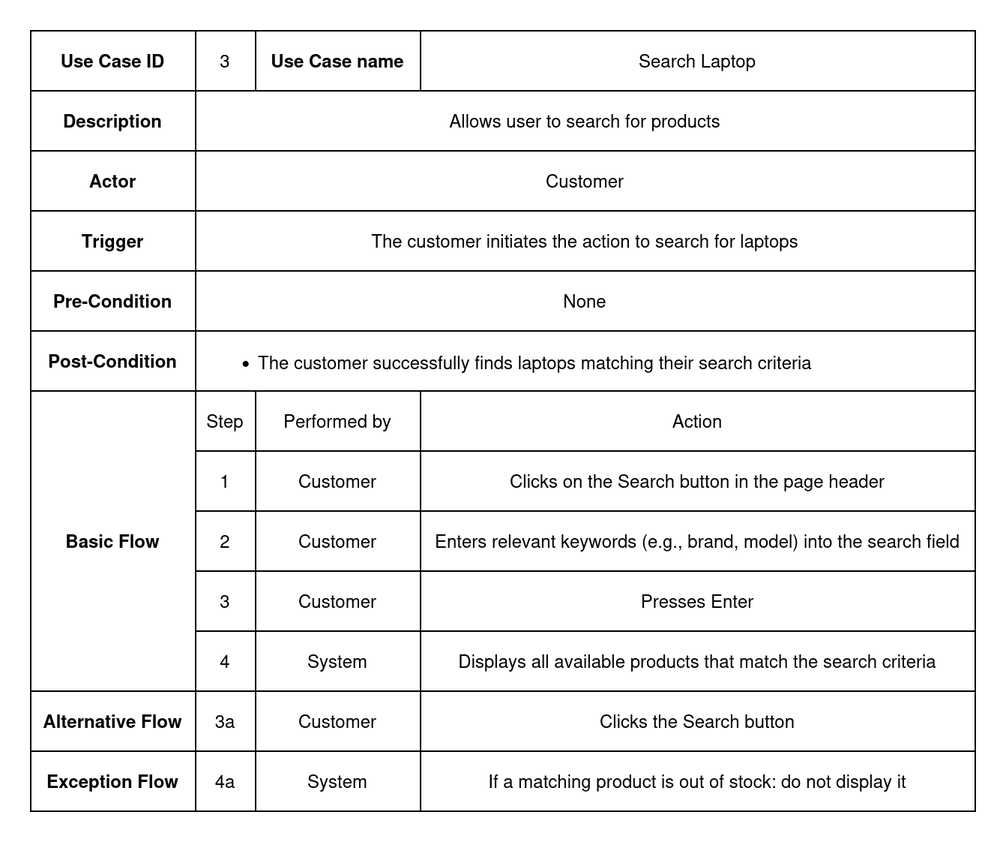
Above: documentation/Images/usecase_metadata_card/uc_3_search_laptop.drawio.png in auphong2707/itse-laptopshop-management-web-application (draw.io), before the change. Source tidied: cells renumbered, new cells last; positions are measured from the earlier drawing's top-left corner, leaving out a move shared by most shapes.
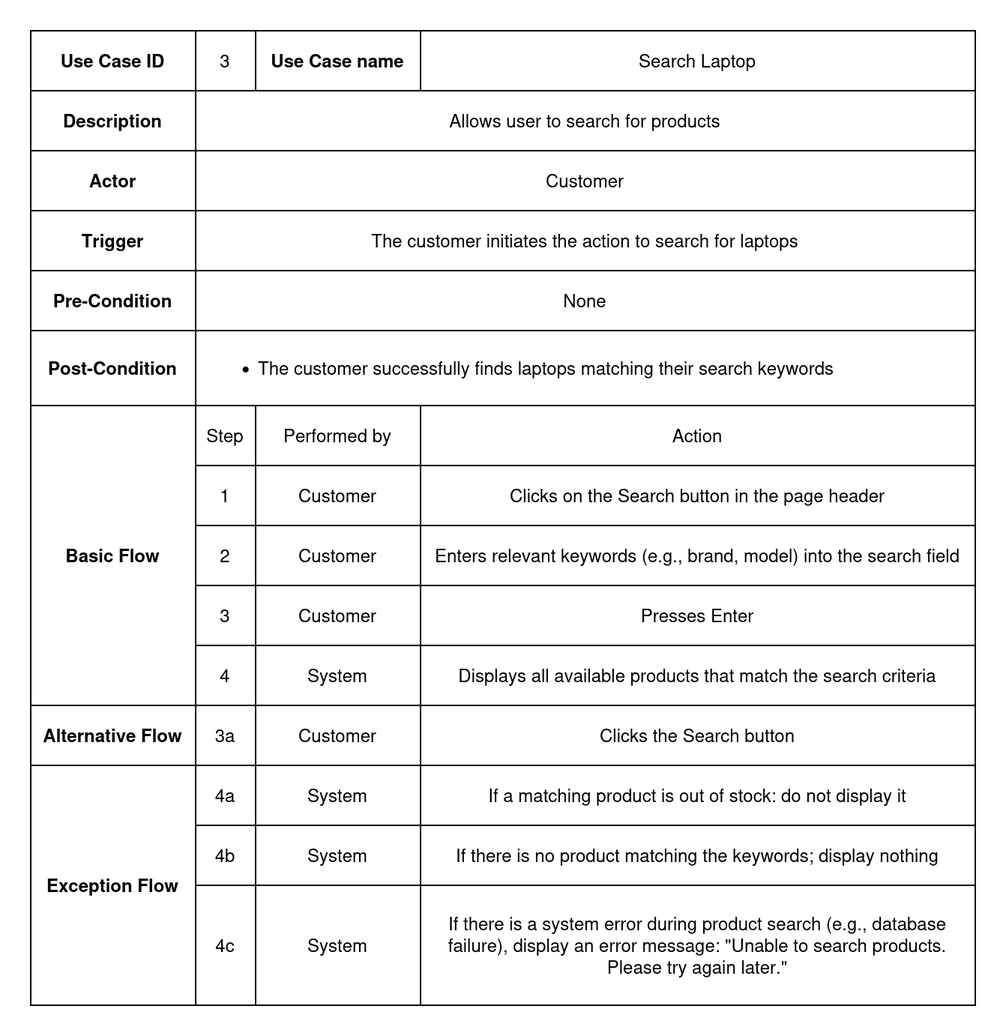
The same diagram one commit later.

The edit, as a diff of the source:
```diff
@@ -3,7 +3,7 @@
     <mxCell id="0" />
     <mxCell id="1" parent="0" />
     <mxCell id="2" style="shape=table;startSize=0;" parent="1" vertex="1">
-      <mxGeometry width="630" height="520" as="geometry" />
+      <mxGeometry width="630" height="650" as="geometry" />
     </mxCell>
     <mxCell id="3" style="shape=tableRow;horizontal=0;startSize=0;swimlaneHead=0;swimlaneBody=0;strokeColor=inherit;top=0;left=0;bottom=0;right=0;fillColor=none;" parent="2" vertex="1">
       <mxGeometry width="630" height="40" as="geometry" />
@@ -57,16 +57,16 @@
       <mxGeometry x="110" width="520" height="40" as="geometry" />
     </mxCell>
     <mxCell id="20" style="shape=tableRow;horizontal=0;startSize=0;swimlaneHead=0;swimlaneBody=0;strokeColor=inherit;top=0;left=0;bottom=0;right=0;fillColor=none;" parent="2" vertex="1">
-      <mxGeometry y="200" width="630" height="40" as="geometry" />
+      <mxGeometry y="200" width="630" height="50" as="geometry" />
     </mxCell>
     <mxCell id="21" value="&lt;b&gt;Post-Condition&lt;/b&gt;" style="shape=partialRectangle;html=1;whiteSpace=wrap;strokeColor=inherit;overflow=hidden;fillColor=none;top=0;left=0;bottom=0;right=0;" parent="20" vertex="1">
-      <mxGeometry width="110" height="40" as="geometry" />
+      <mxGeometry width="110" height="50" as="geometry" />
     </mxCell>
-    <mxCell id="22" value="&lt;div align=&quot;left&quot;&gt;&lt;ul&gt;&lt;li&gt;The customer successfully finds laptops matching their search criteria&lt;/li&gt;&lt;/ul&gt;&lt;/div&gt;" style="shape=partialRectangle;html=1;whiteSpace=wrap;strokeColor=inherit;overflow=hidden;fillColor=none;top=0;left=0;bottom=0;right=0;rowspan=1;colspan=3;align=left;" parent="20" vertex="1">
-      <mxGeometry x="110" width="520" height="40" as="geometry" />
+    <mxCell id="22" value="&lt;div align=&quot;left&quot;&gt;&lt;ul&gt;&lt;li&gt;The customer successfully finds laptops matching their search keywords&lt;/li&gt;&lt;/ul&gt;&lt;/div&gt;" style="shape=partialRectangle;html=1;whiteSpace=wrap;strokeColor=inherit;overflow=hidden;fillColor=none;top=0;left=0;bottom=0;right=0;rowspan=1;colspan=3;align=left;" parent="20" vertex="1">
+      <mxGeometry x="110" width="520" height="50" as="geometry" />
     </mxCell>
     <mxCell id="23" style="shape=tableRow;horizontal=0;startSize=0;swimlaneHead=0;swimlaneBody=0;strokeColor=inherit;top=0;left=0;bottom=0;right=0;fillColor=none;" parent="2" vertex="1">
-      <mxGeometry y="240" width="630" height="40" as="geometry" />
+      <mxGeometry y="250" width="630" height="40" as="geometry" />
     </mxCell>
     <mxCell id="24" value="Basic Flow" style="shape=partialRectangle;html=1;whiteSpace=wrap;strokeColor=inherit;overflow=hidden;fillColor=none;top=0;left=0;bottom=0;right=0;fontStyle=1;rowspan=5;colspan=1;" parent="23" vertex="1">
       <mxGeometry width="110" height="200" as="geometry" />
@@ -81,7 +81,7 @@
       <mxGeometry x="260" width="370" height="40" as="geometry" />
     </mxCell>
     <mxCell id="28" style="shape=tableRow;horizontal=0;startSize=0;swimlaneHead=0;swimlaneBody=0;strokeColor=inherit;top=0;left=0;bottom=0;right=0;fillColor=none;" parent="2" vertex="1">
-      <mxGeometry y="280" width="630" height="40" as="geometry" />
+      <mxGeometry y="290" width="630" height="40" as="geometry" />
     </mxCell>
     <mxCell id="29" value="1" style="shape=partialRectangle;html=1;whiteSpace=wrap;strokeColor=inherit;overflow=hidden;fillColor=none;top=0;left=0;bottom=0;right=0;" parent="28" vertex="1">
       <mxGeometry x="110" width="40" height="40" as="geometry" />
@@ -93,7 +93,7 @@
       <mxGeometry x="260" width="370" height="40" as="geometry" />
     </mxCell>
     <mxCell id="32" style="shape=tableRow;horizontal=0;startSize=0;swimlaneHead=0;swimlaneBody=0;strokeColor=inherit;top=0;left=0;bottom=0;right=0;fillColor=none;" parent="2" vertex="1">
-      <mxGeometry y="320" width="630" height="40" as="geometry" />
+      <mxGeometry y="330" width="630" height="40" as="geometry" />
     </mxCell>
     <mxCell id="33" value="2" style="shape=partialRectangle;html=1;whiteSpace=wrap;strokeColor=inherit;overflow=hidden;fillColor=none;top=0;left=0;bottom=0;right=0;" parent="32" vertex="1">
       <mxGeometry x="110" width="40" height="40" as="geometry" />
@@ -105,7 +105,7 @@
       <mxGeometry x="260" width="370" height="40" as="geometry" />
     </mxCell>
     <mxCell id="36" style="shape=tableRow;horizontal=0;startSize=0;swimlaneHead=0;swimlaneBody=0;strokeColor=inherit;top=0;left=0;bottom=0;right=0;fillColor=none;" parent="2" vertex="1">
-      <mxGeometry y="360" width="630" height="40" as="geometry" />
+      <mxGeometry y="370" width="630" height="40" as="geometry" />
     </mxCell>
     <mxCell id="37" value="3" style="shape=partialRectangle;html=1;whiteSpace=wrap;strokeColor=inherit;overflow=hidden;fillColor=none;top=0;left=0;bottom=0;right=0;" parent="36" vertex="1">
       <mxGeometry x="110" width="40" height="40" as="geometry" />
@@ -117,7 +117,7 @@
       <mxGeometry x="260" width="370" height="40" as="geometry" />
     </mxCell>
     <mxCell id="40" style="shape=tableRow;horizontal=0;startSize=0;swimlaneHead=0;swimlaneBody=0;strokeColor=inherit;top=0;left=0;bottom=0;right=0;fillColor=none;" parent="2" vertex="1">
-      <mxGeometry y="400" width="630" height="40" as="geometry" />
+      <mxGeometry y="410" width="630" height="40" as="geometry" />
     </mxCell>
     <mxCell id="41" value="4" style="shape=partialRectangle;html=1;whiteSpace=wrap;strokeColor=inherit;overflow=hidden;fillColor=none;top=0;left=0;bottom=0;right=0;" parent="40" vertex="1">
       <mxGeometry x="110" width="40" height="40" as="geometry" />
@@ -129,7 +129,7 @@
       <mxGeometry x="260" width="370" height="40" as="geometry" />
     </mxCell>
     <mxCell id="44" style="shape=tableRow;horizontal=0;startSize=0;swimlaneHead=0;swimlaneBody=0;strokeColor=inherit;top=0;left=0;bottom=0;right=0;fillColor=none;" parent="2" vertex="1">
-      <mxGeometry y="440" width="630" height="40" as="geometry" />
+      <mxGeometry y="450" width="630" height="40" as="geometry" />
     </mxCell>
     <mxCell id="45" value="Alternative Flow" style="shape=partialRectangle;html=1;whiteSpace=wrap;strokeColor=inherit;overflow=hidden;fillColor=none;top=0;left=0;bottom=0;right=0;fontStyle=1;" parent="44" vertex="1">
       <mxGeometry width="110" height="40" as="geometry" />
@@ -144,10 +144,10 @@
       <mxGeometry x="260" width="370" height="40" as="geometry" />
     </mxCell>
     <mxCell id="49" style="shape=tableRow;horizontal=0;startSize=0;swimlaneHead=0;swimlaneBody=0;strokeColor=inherit;top=0;left=0;bottom=0;right=0;fillColor=none;" parent="2" vertex="1">
-      <mxGeometry y="480" width="630" height="40" as="geometry" />
+      <mxGeometry y="490" width="630" height="40" as="geometry" />
     </mxCell>
-    <mxCell id="50" value="Exception Flow" style="shape=partialRectangle;html=1;whiteSpace=wrap;strokeColor=inherit;overflow=hidden;fillColor=none;top=0;left=0;bottom=0;right=0;rowspan=2;colspan=1;fontStyle=1;" parent="49" vertex="1">
-      <mxGeometry width="110" height="40" as="geometry" />
+    <mxCell id="50" value="Exception Flow" style="shape=partialRectangle;html=1;whiteSpace=wrap;strokeColor=inherit;overflow=hidden;fillColor=none;top=0;left=0;bottom=0;right=0;fontStyle=1;rowspan=3;colspan=1;" parent="49" vertex="1">
+      <mxGeometry width="110" height="160" as="geometry" />
     </mxCell>
     <mxCell id="51" value="4a" style="shape=partialRectangle;html=1;whiteSpace=wrap;strokeColor=inherit;overflow=hidden;fillColor=none;top=0;left=0;bottom=0;right=0;" parent="49" vertex="1">
       <mxGeometry x="110" width="40" height="40" as="geometry" />
@@ -158,5 +158,29 @@
     <mxCell id="53" value="If a matching product is out of stock: do not display it" style="shape=partialRectangle;html=1;whiteSpace=wrap;strokeColor=inherit;overflow=hidden;fillColor=none;top=0;left=0;bottom=0;right=0;" parent="49" vertex="1">
       <mxGeometry x="260" width="370" height="40" as="geometry" />
     </mxCell>
+    <mxCell id="54" style="shape=tableRow;horizontal=0;startSize=0;swimlaneHead=0;swimlaneBody=0;strokeColor=inherit;top=0;left=0;bottom=0;right=0;fillColor=none;" parent="2" vertex="1">
+      <mxGeometry y="530" width="630" height="40" as="geometry" />
+    </mxCell>
+    <mxCell id="55" value="4b" style="shape=partialRectangle;html=1;whiteSpace=wrap;strokeColor=inherit;overflow=hidden;fillColor=none;top=0;left=0;bottom=0;right=0;" parent="54" vertex="1">
+      <mxGeometry x="110" width="40" height="40" as="geometry" />
+    </mxCell>
+    <mxCell id="56" value="System" style="shape=partialRectangle;html=1;whiteSpace=wrap;strokeColor=inherit;overflow=hidden;fillColor=none;top=0;left=0;bottom=0;right=0;" parent="54" vertex="1">
+      <mxGeometry x="150" width="110" height="40" as="geometry" />
+    </mxCell>
+    <mxCell id="57" value="If there is no product matching the keywords; display nothing" style="shape=partialRectangle;html=1;whiteSpace=wrap;strokeColor=inherit;overflow=hidden;fillColor=none;top=0;left=0;bottom=0;right=0;" parent="54" vertex="1">
+      <mxGeometry x="260" width="370" height="40" as="geometry" />
+    </mxCell>
+    <mxCell id="58" style="shape=tableRow;horizontal=0;startSize=0;swimlaneHead=0;swimlaneBody=0;strokeColor=inherit;top=0;left=0;bottom=0;right=0;fillColor=none;" parent="2" vertex="1">
+      <mxGeometry y="570" width="630" height="80" as="geometry" />
+    </mxCell>
+    <mxCell id="59" value="4c" style="shape=partialRectangle;html=1;whiteSpace=wrap;strokeColor=inherit;overflow=hidden;fillColor=none;top=0;left=0;bottom=0;right=0;" parent="58" vertex="1">
+      <mxGeometry x="110" width="40" height="80" as="geometry" />
+    </mxCell>
+    <mxCell id="60" value="System" style="shape=partialRectangle;html=1;whiteSpace=wrap;strokeColor=inherit;overflow=hidden;fillColor=none;top=0;left=0;bottom=0;right=0;" parent="58" vertex="1">
+      <mxGeometry x="150" width="110" height="80" as="geometry" />
+    </mxCell>
+    <mxCell id="61" value="&lt;p style=&quot;white-space: pre-wrap;&quot; dir=&quot;auto&quot;&gt;If there is a system error during product search (e.g., database failure), display an error message: &quot;Unable to search products. Please try again later.&quot;&lt;/p&gt;" style="shape=partialRectangle;html=1;whiteSpace=wrap;strokeColor=inherit;overflow=hidden;fillColor=none;top=0;left=0;bottom=0;right=0;" parent="58" vertex="1">
+      <mxGeometry x="260" width="370" height="80" as="geometry" />
+    </mxCell>
   </root>
 </mxGraphModel>
```
